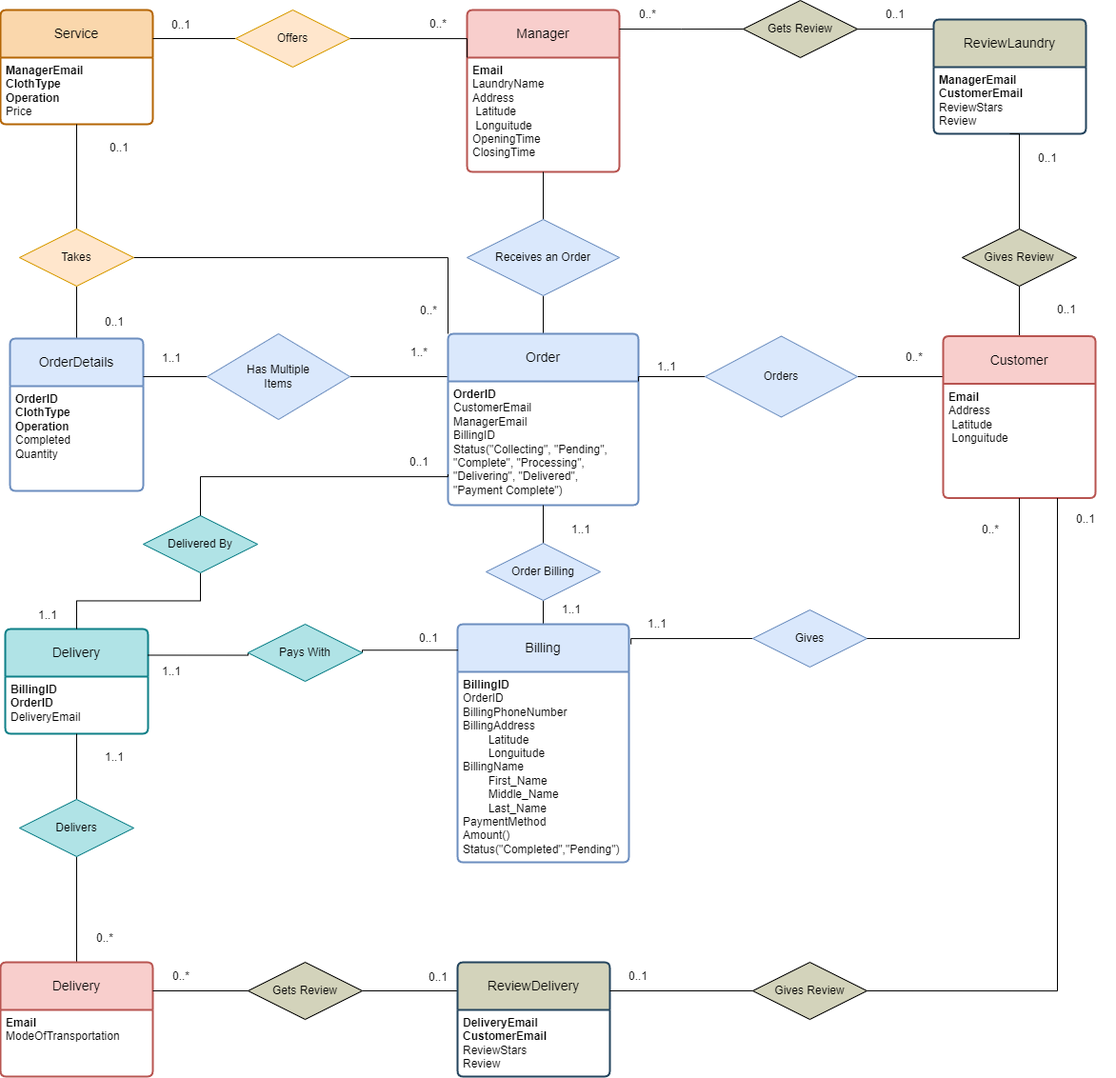
LaundryManagementSystem-LMS-IUT/database keeps this draw.io diagram as ERD/Order.drawio.png. Above is the earlier version. Source tidied: cells renumbered, new cells last; positions are measured from the earlier drawing's top-left corner, leaving out a move shared by most shapes.
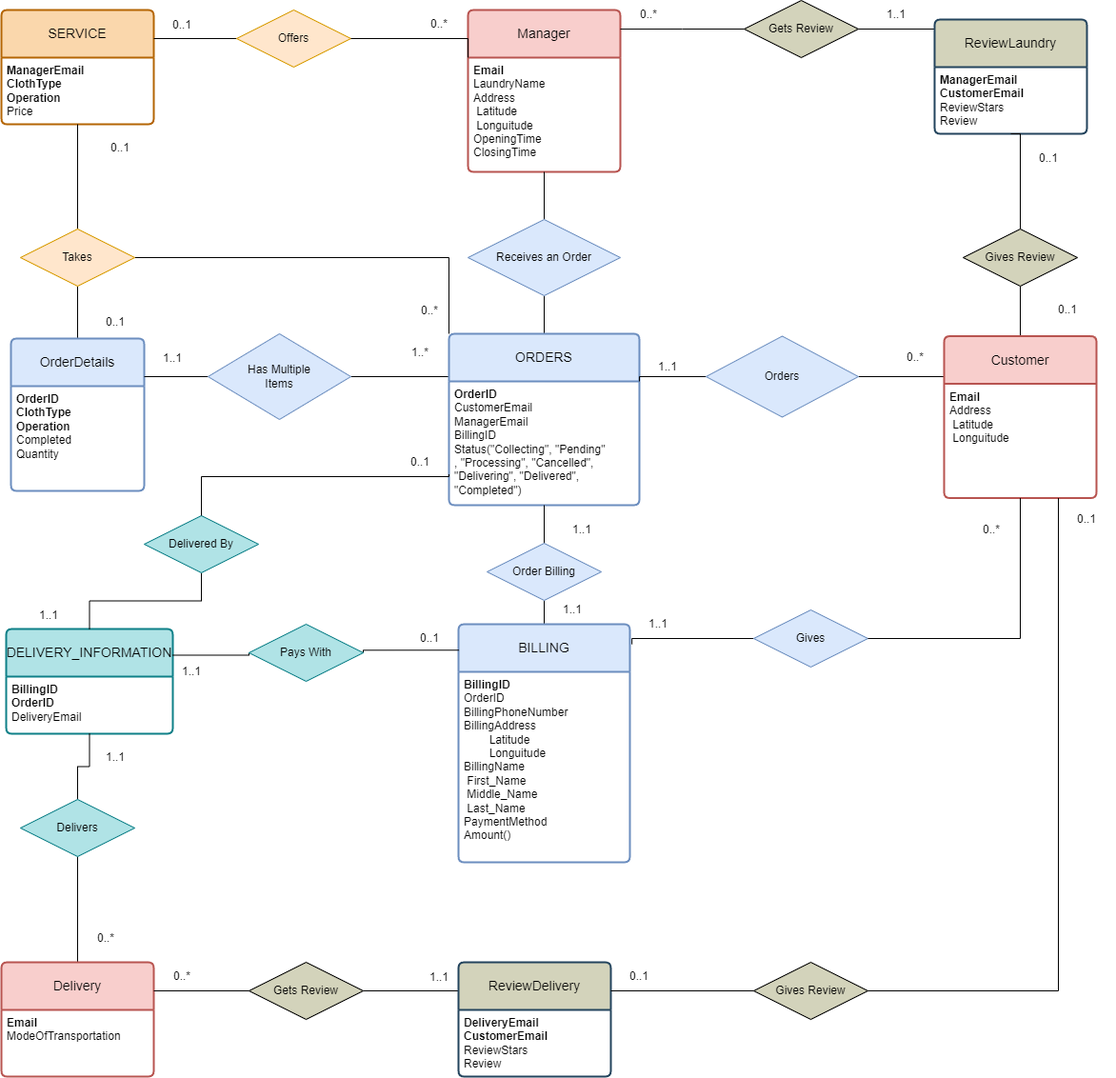
After the commit.

Commit message:
New Schema Design

What changed in the source:
```diff
@@ -38,19 +38,19 @@
     <mxCell id="13" style="edgeStyle=orthogonalEdgeStyle;rounded=0;jettySize=auto;html=1;exitX=0;exitY=0;exitDx=0;exitDy=0;entryX=1;entryY=0.5;entryDx=0;entryDy=0;endArrow=none;endFill=0;" parent="1" edge="1" source="14" target="42">
       <mxGeometry relative="1" as="geometry" />
     </mxCell>
-    <mxCell id="14" value="Order" style="swimlane;horizontal=1;startSize=50;rounded=1;fontSize=14;fontStyle=0;strokeWidth=2;shadow=0;dashed=0;align=center;arcSize=4;whiteSpace=wrap;html=1;fillColor=#dae8fc;strokeColor=#6c8ebf;" parent="1" vertex="1">
+    <mxCell id="14" value="ORDERS" style="swimlane;horizontal=1;startSize=50;rounded=1;fontSize=14;fontStyle=0;strokeWidth=2;shadow=0;dashed=0;align=center;arcSize=4;whiteSpace=wrap;html=1;fillColor=#dae8fc;strokeColor=#6c8ebf;" parent="1" vertex="1">
       <mxGeometry x="470" y="350" width="200" height="180" as="geometry" />
     </mxCell>
-    <mxCell id="15" value="&lt;b&gt;OrderID&lt;/b&gt;&lt;br&gt;CustomerEmail&lt;br&gt;ManagerEmail&lt;br&gt;BillingID&lt;br&gt;Status(&quot;Collecting&quot;, &quot;Pending&quot;, &lt;br&gt;&quot;Complete&quot;,&amp;nbsp;&quot;Processing&quot;, &lt;br&gt;&quot;Delivering&quot;, &quot;Delivered&quot;, &lt;br&gt;&quot;Payment Complete&quot;)&lt;br&gt;" style="align=left;strokeColor=none;fillColor=none;spacingLeft=4;fontSize=12;verticalAlign=top;html=1;" parent="14" vertex="1">
+    <mxCell id="15" value="&lt;b&gt;OrderID&lt;/b&gt;&lt;br&gt;CustomerEmail&lt;br&gt;ManagerEmail&lt;br&gt;BillingID&lt;br&gt;Status(&quot;Collecting&quot;, &quot;Pending&quot;&lt;br&gt;,&amp;nbsp;&quot;Processing&quot;, &quot;Cancelled&quot;,&amp;nbsp;&lt;br&gt;&quot;Delivering&quot;, &quot;Delivered&quot;, &lt;br&gt;&quot;Completed&quot;)" style="align=left;strokeColor=none;fillColor=none;spacingLeft=4;fontSize=12;verticalAlign=top;html=1;" parent="14" vertex="1">
       <mxGeometry y="50" width="200" height="130" as="geometry" />
     </mxCell>
     <mxCell id="16" style="edgeStyle=orthogonalEdgeStyle;rounded=0;jettySize=auto;html=1;exitX=0.5;exitY=0;exitDx=0;exitDy=0;entryX=0.5;entryY=1;entryDx=0;entryDy=0;endArrow=none;endFill=0;" parent="1" edge="1" source="17" target="64">
       <mxGeometry relative="1" as="geometry" />
     </mxCell>
-    <mxCell id="17" value="Billing" style="swimlane;horizontal=1;startSize=50;rounded=1;fontSize=14;fontStyle=0;strokeWidth=2;shadow=0;dashed=0;align=center;arcSize=4;whiteSpace=wrap;html=1;fillColor=#dae8fc;strokeColor=#6c8ebf;" parent="1" vertex="1">
+    <mxCell id="17" value="BILLING" style="swimlane;horizontal=1;startSize=50;rounded=1;fontSize=14;fontStyle=0;strokeWidth=2;shadow=0;dashed=0;align=center;arcSize=4;whiteSpace=wrap;html=1;fillColor=#dae8fc;strokeColor=#6c8ebf;" parent="1" vertex="1">
       <mxGeometry x="480" y="655" width="180" height="250" as="geometry" />
     </mxCell>
-    <mxCell id="18" value="&lt;b&gt;BillingID&lt;br&gt;&lt;/b&gt;OrderID&lt;br&gt;BillingPhoneNumber&lt;br&gt;BillingAddress&lt;br&gt;&lt;span style=&quot;white-space: pre;&quot;&gt; &lt;/span&gt;Latitude&lt;br&gt;&lt;span style=&quot;white-space: pre;&quot;&gt; &lt;/span&gt;Longuitude&lt;br&gt;BillingName&lt;br&gt;&lt;span style=&quot;white-space: pre;&quot;&gt; &lt;/span&gt;First_Name&lt;br&gt;&lt;span style=&quot;white-space: pre;&quot;&gt; &lt;/span&gt;Middle_Name&lt;br&gt;&lt;span style=&quot;white-space: pre;&quot;&gt; &lt;/span&gt;Last_Name&lt;br&gt;PaymentMethod&lt;br&gt;Amount()&lt;br&gt;Status(&quot;Completed&quot;,&quot;Pending&quot;)" style="align=left;strokeColor=none;fillColor=none;spacingLeft=4;fontSize=12;verticalAlign=top;html=1;" parent="17" vertex="1">
+    <mxCell id="18" value="&lt;b&gt;BillingID&lt;br&gt;&lt;/b&gt;OrderID&lt;br&gt;BillingPhoneNumber&lt;br&gt;BillingAddress&lt;br&gt;&lt;span style=&quot;white-space: pre;&quot;&gt; &lt;span style=&quot;white-space: pre;&quot;&gt;&#9;&lt;/span&gt;&lt;/span&gt;Latitude&lt;br&gt;&lt;span style=&quot;white-space: pre;&quot;&gt; &lt;span style=&quot;white-space: pre;&quot;&gt;&#9;&lt;/span&gt;&lt;/span&gt;Longuitude&lt;br&gt;BillingName&lt;br&gt;&lt;span style=&quot;white-space: pre;&quot;&gt; &lt;/span&gt;First_Name&lt;br&gt;&lt;span style=&quot;white-space: pre;&quot;&gt; &lt;/span&gt;Middle_Name&lt;br&gt;&lt;span style=&quot;white-space: pre;&quot;&gt; &lt;/span&gt;Last_Name&lt;br&gt;PaymentMethod&lt;br&gt;Amount()" style="align=left;strokeColor=none;fillColor=none;spacingLeft=4;fontSize=12;verticalAlign=top;html=1;" parent="17" vertex="1">
       <mxGeometry y="50" width="180" height="200" as="geometry" />
     </mxCell>
     <mxCell id="19" style="edgeStyle=orthogonalEdgeStyle;rounded=0;jettySize=auto;html=1;exitX=0.5;exitY=0;exitDx=0;exitDy=0;entryX=0.5;entryY=1;entryDx=0;entryDy=0;endArrow=none;endFill=0;" parent="1" edge="1" source="20" target="42">
@@ -62,13 +62,13 @@
     <mxCell id="21" value="&lt;b&gt;OrderID&lt;/b&gt;&lt;br&gt;&lt;b&gt;ClothType&lt;br&gt;&lt;/b&gt;&lt;b style=&quot;border-color: var(--border-color);&quot;&gt;Operation&lt;/b&gt;&lt;br&gt;Completed&lt;br&gt;Quantity" style="align=left;strokeColor=none;fillColor=none;spacingLeft=4;fontSize=12;verticalAlign=top;html=1;" parent="20" vertex="1">
       <mxGeometry y="50" width="140" height="110" as="geometry" />
     </mxCell>
-    <mxCell id="22" value="Delivery" style="swimlane;horizontal=1;startSize=50;rounded=1;fontSize=14;fontStyle=0;strokeWidth=2;shadow=0;dashed=0;align=center;arcSize=4;whiteSpace=wrap;html=1;fillColor=#b0e3e6;strokeColor=#0e8088;" parent="1" vertex="1">
-      <mxGeometry x="5" y="660" width="150" height="110" as="geometry" />
+    <mxCell id="22" value="DELIVERY_INFORMATION" style="swimlane;horizontal=1;startSize=50;rounded=1;fontSize=14;fontStyle=0;strokeWidth=2;shadow=0;dashed=0;align=center;arcSize=4;whiteSpace=wrap;html=1;fillColor=#b0e3e6;strokeColor=#0e8088;" parent="1" vertex="1">
+      <mxGeometry x="5" y="660" width="175" height="110" as="geometry" />
     </mxCell>
     <mxCell id="23" value="&lt;b style=&quot;border-color: var(--border-color);&quot;&gt;BillingID&lt;br style=&quot;border-color: var(--border-color);&quot;&gt;OrderID&lt;/b&gt;&lt;br&gt;DeliveryEmail" style="align=left;strokeColor=none;fillColor=none;spacingLeft=4;fontSize=12;verticalAlign=top;html=1;" parent="22" vertex="1">
-      <mxGeometry y="50" width="150" height="60" as="geometry" />
+      <mxGeometry y="50" width="175" height="60" as="geometry" />
     </mxCell>
-    <mxCell id="24" value="Service" style="swimlane;horizontal=1;startSize=50;rounded=1;fontSize=14;fontStyle=0;strokeWidth=2;shadow=0;dashed=0;align=center;arcSize=4;whiteSpace=wrap;html=1;fillColor=#fad7ac;strokeColor=#b46504;" parent="1" vertex="1">
+    <mxCell id="24" value="SERVICE" style="swimlane;horizontal=1;startSize=50;rounded=1;fontSize=14;fontStyle=0;strokeWidth=2;shadow=0;dashed=0;align=center;arcSize=4;whiteSpace=wrap;html=1;fillColor=#fad7ac;strokeColor=#b46504;" parent="1" vertex="1">
       <mxGeometry y="10" width="160" height="120" as="geometry" />
     </mxCell>
     <mxCell id="25" value="&lt;b&gt;ManagerEmail&lt;/b&gt;&lt;br&gt;&lt;b&gt;ClothType&lt;/b&gt;&lt;br&gt;&lt;b&gt;Operation&lt;br&gt;&lt;/b&gt;Price" style="align=left;strokeColor=none;fillColor=none;spacingLeft=4;fontSize=12;verticalAlign=top;html=1;" parent="24" vertex="1">
@@ -238,10 +238,10 @@
     <mxCell id="70" value="0..*" style="text;html=1;strokeColor=none;fillColor=none;align=center;verticalAlign=middle;whiteSpace=wrap;rounded=0;" parent="1" vertex="1">
       <mxGeometry x="650" width="60" height="30" as="geometry" />
     </mxCell>
-    <mxCell id="71" value="0..1" style="text;html=1;strokeColor=none;fillColor=none;align=center;verticalAlign=middle;whiteSpace=wrap;rounded=0;" parent="1" vertex="1">
+    <mxCell id="71" value="1..1" style="text;html=1;strokeColor=none;fillColor=none;align=center;verticalAlign=middle;whiteSpace=wrap;rounded=0;" parent="1" vertex="1">
       <mxGeometry x="430" y="1011" width="60" height="30" as="geometry" />
     </mxCell>
-    <mxCell id="72" value="0..1" style="text;html=1;strokeColor=none;fillColor=none;align=center;verticalAlign=middle;whiteSpace=wrap;rounded=0;" parent="1" vertex="1">
+    <mxCell id="72" value="1..1" style="text;html=1;strokeColor=none;fillColor=none;align=center;verticalAlign=middle;whiteSpace=wrap;rounded=0;" parent="1" vertex="1">
       <mxGeometry x="910" width="60" height="30" as="geometry" />
     </mxCell>
     <mxCell id="73" value="0..*" style="text;html=1;strokeColor=none;fillColor=none;align=center;verticalAlign=middle;whiteSpace=wrap;rounded=0;" parent="1" vertex="1">
@@ -272,7 +272,7 @@
       <mxGeometry x="20" y="631" width="60" height="30" as="geometry" />
     </mxCell>
     <mxCell id="82" value="1..1" style="text;html=1;strokeColor=none;fillColor=none;align=center;verticalAlign=middle;whiteSpace=wrap;rounded=0;" parent="1" vertex="1">
-      <mxGeometry x="150" y="690" width="60" height="30" as="geometry" />
+      <mxGeometry x="170" y="690" width="60" height="30" as="geometry" />
     </mxCell>
     <mxCell id="83" value="0..*" style="text;html=1;strokeColor=none;fillColor=none;align=center;verticalAlign=middle;whiteSpace=wrap;rounded=0;" parent="1" vertex="1">
       <mxGeometry x="80" y="970" width="60" height="30" as="geometry" />
```
